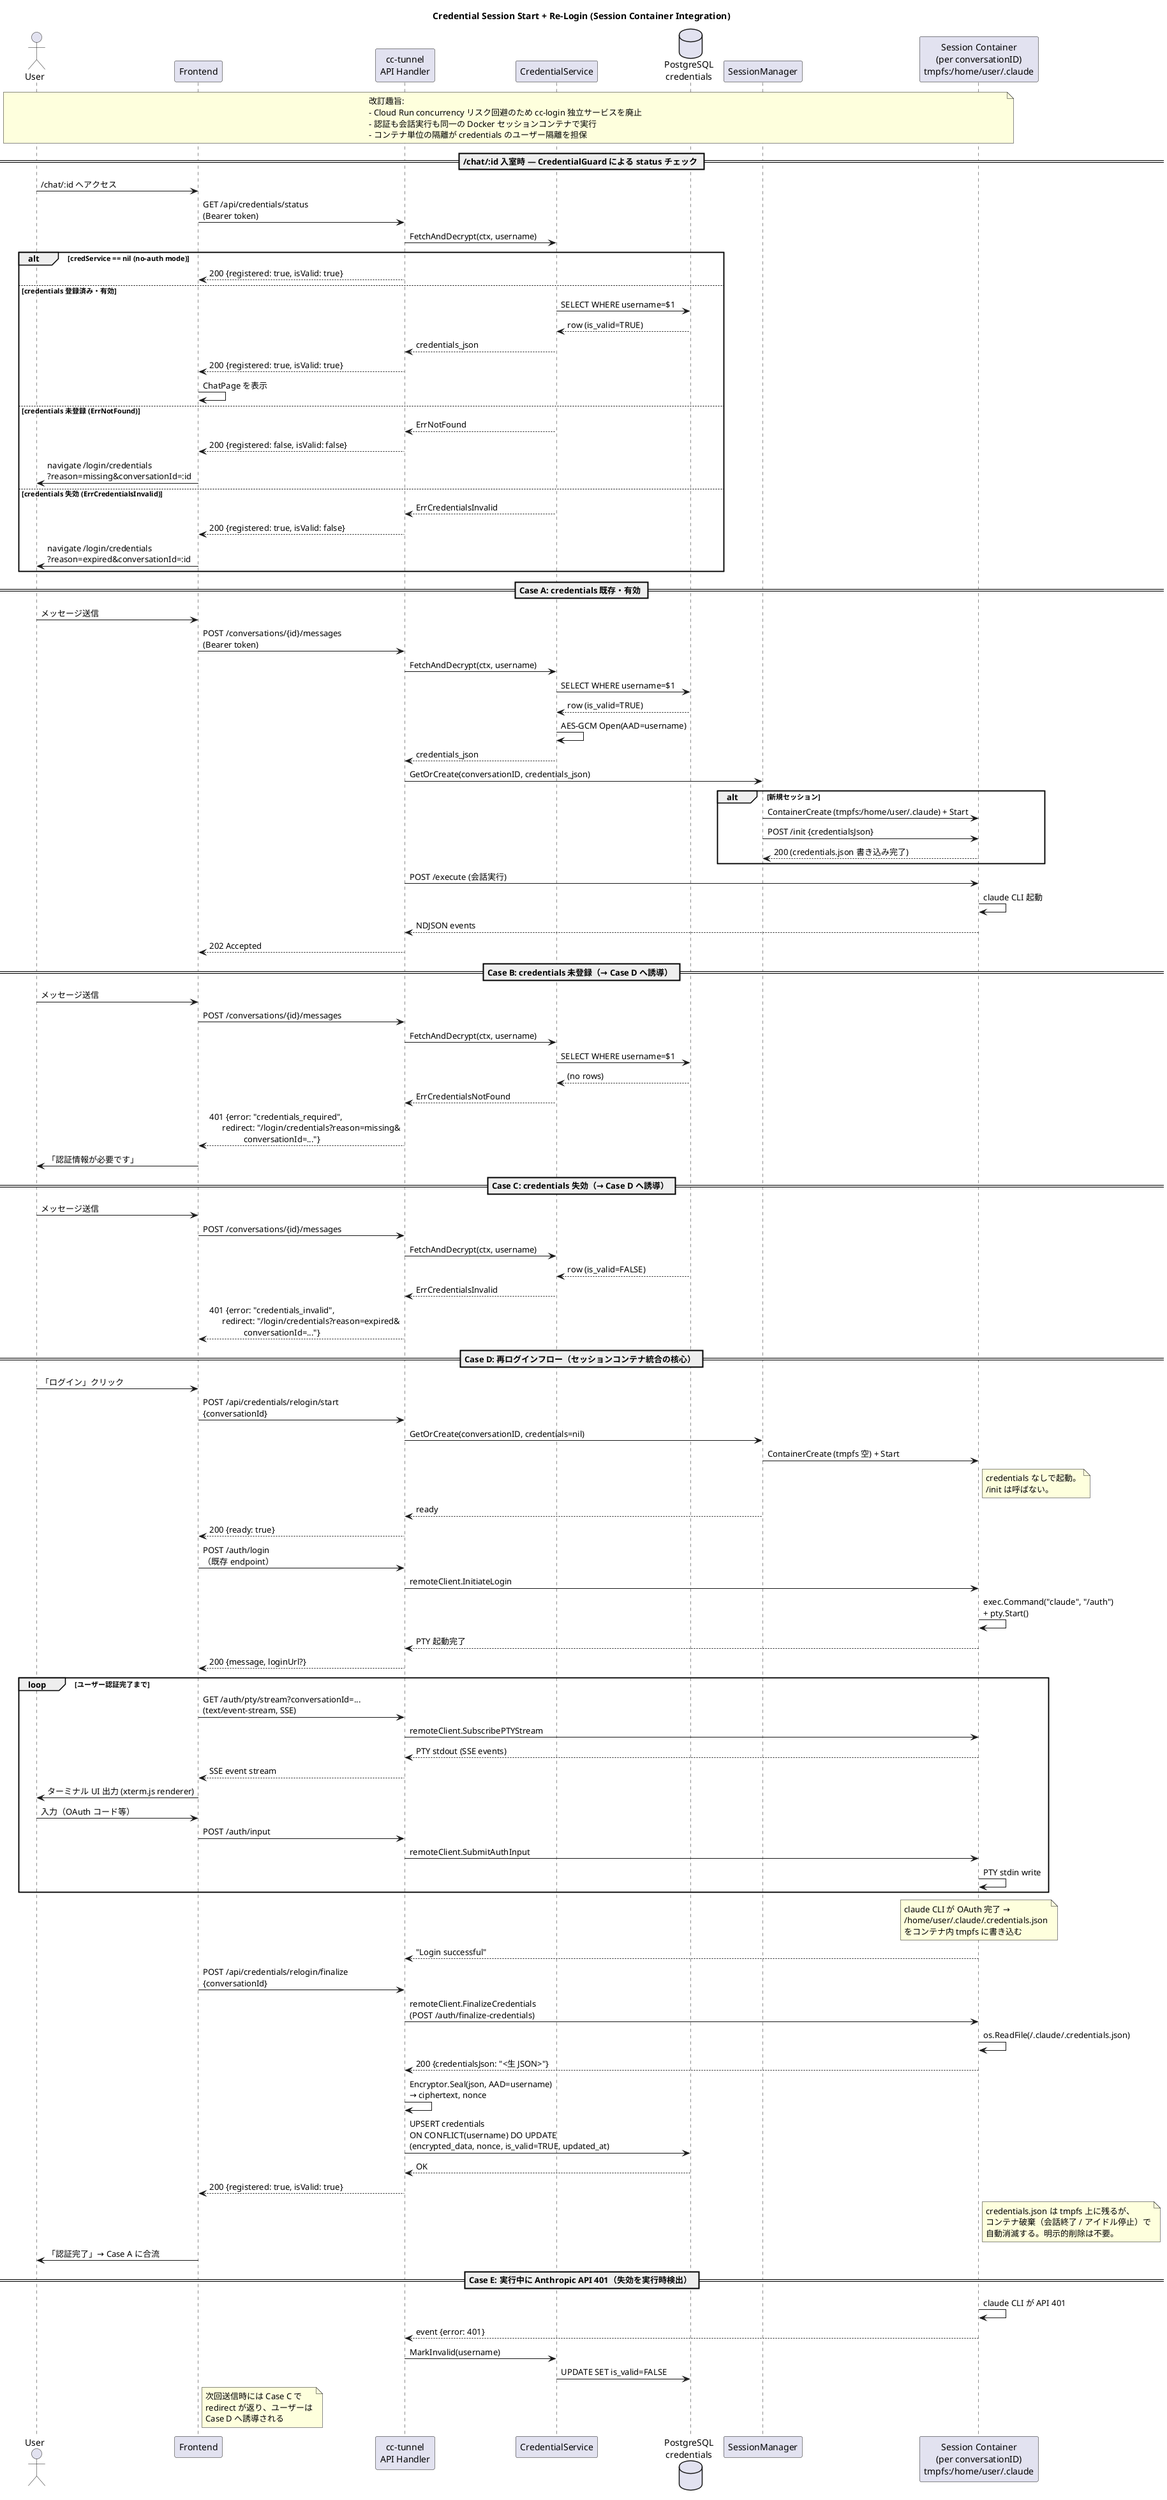
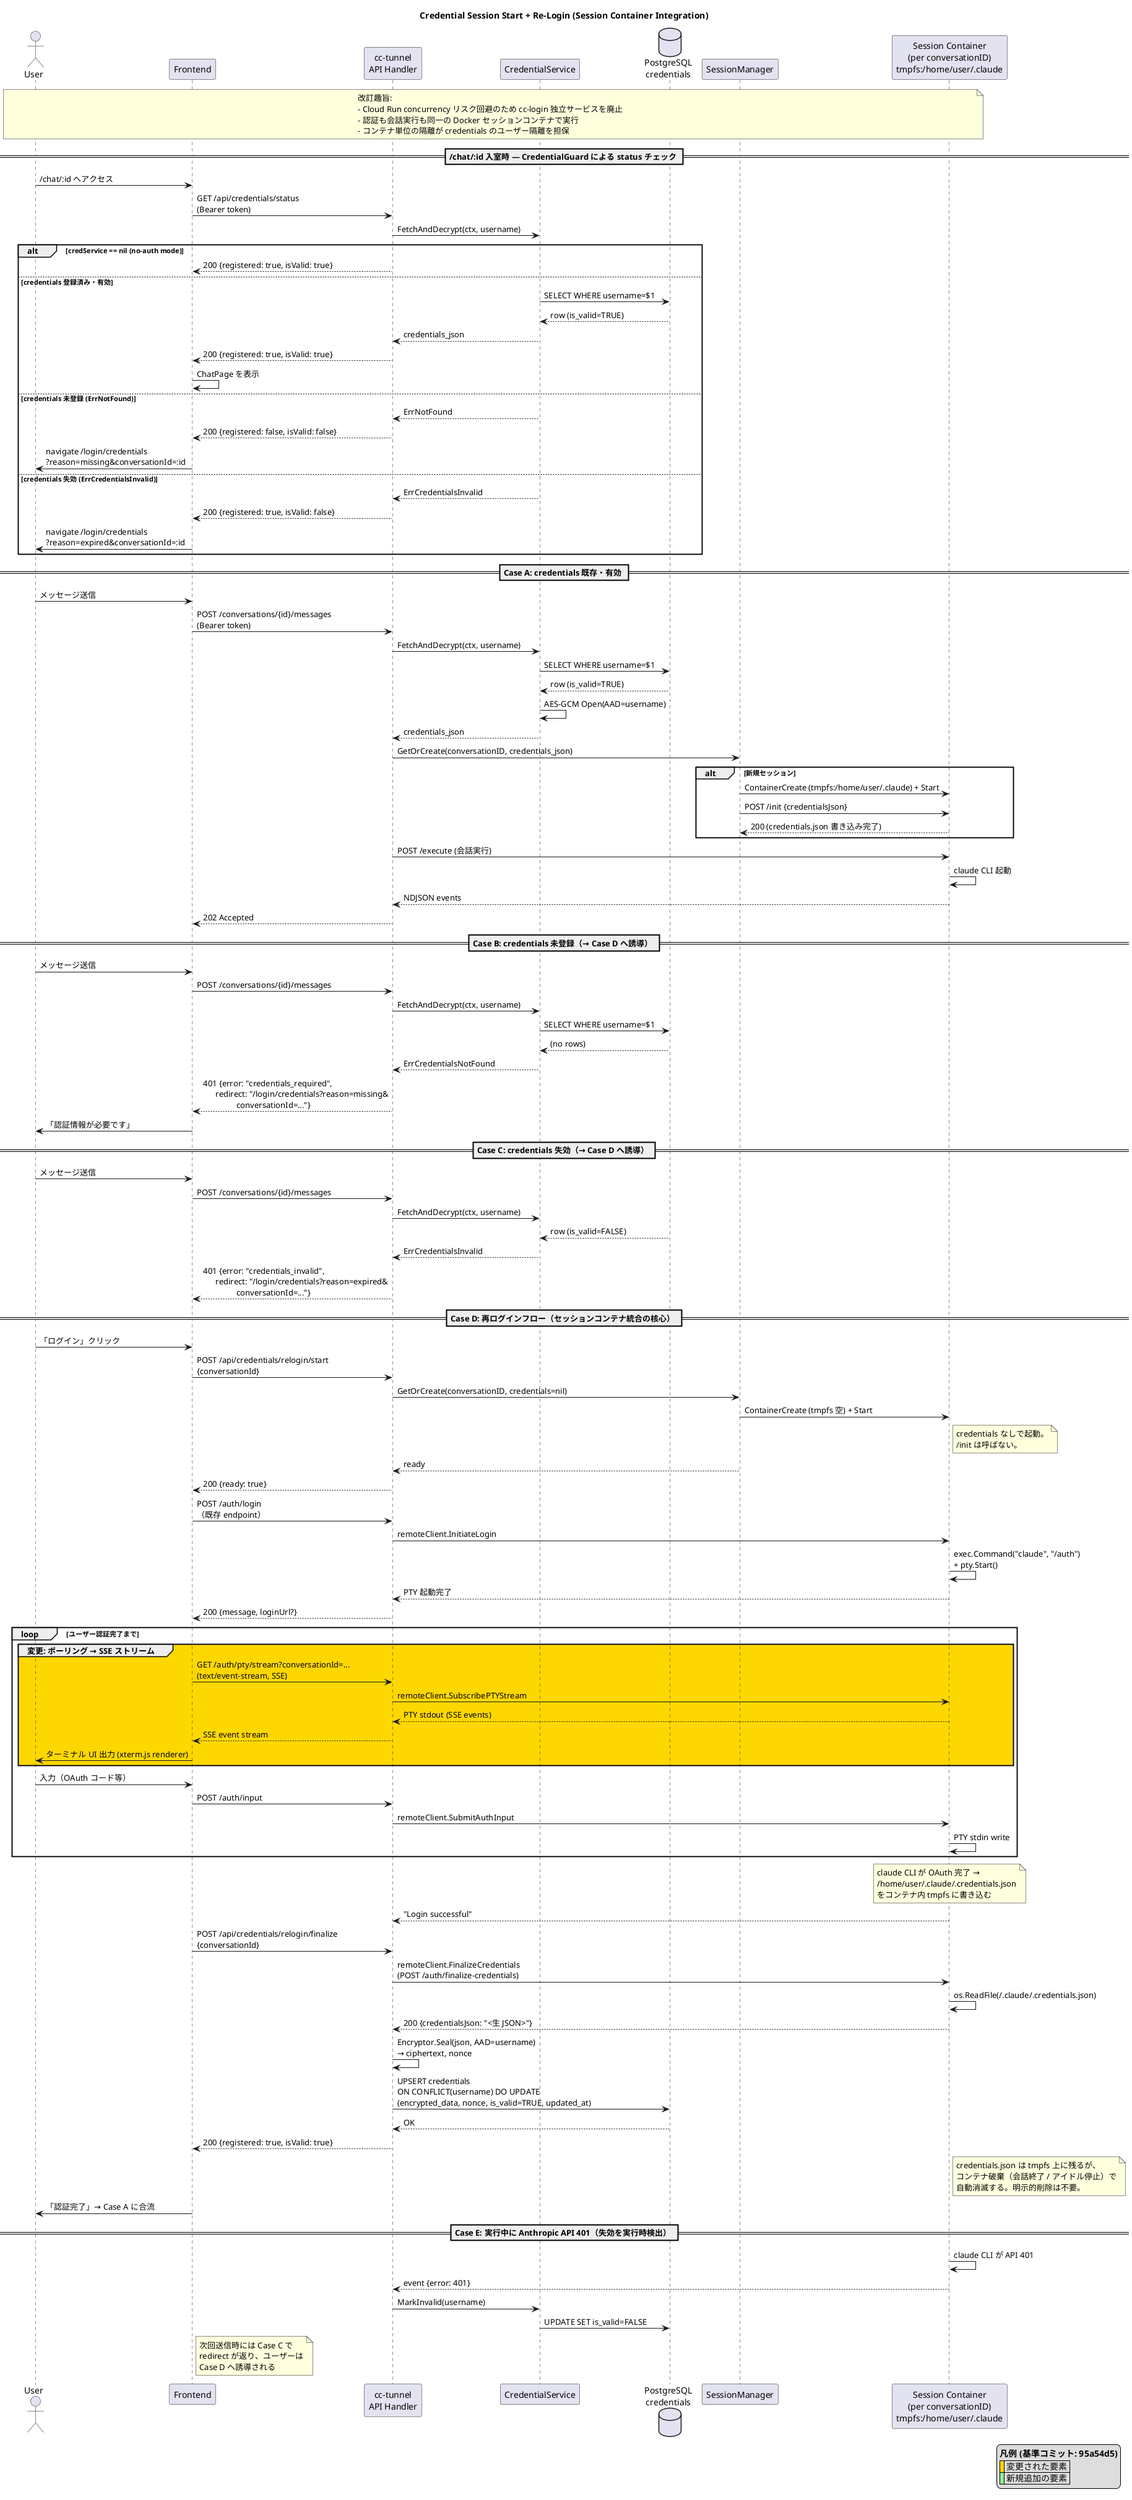
@startuml credential_session_start_sequence
' cc-tunnel セッション開始 + 再ログインフロー（セッションコンテナ統合方式・改訂版）

title Credential Session Start + Re-Login (Session Container Integration)

actor "User" as user
participant "Frontend" as fe
participant "cc-tunnel\nAPI Handler" as handler
participant "CredentialService" as credsvc
database "PostgreSQL\ncredentials" as db
participant "SessionManager" as sm
participant "Session Container\n(per conversationID)\ntmpfs:/home/user/.claude" as container

note over user, container
  改訂趣旨:
  - Cloud Run concurrency リスク回避のため cc-login 独立サービスを廃止
  - 認証も会話実行も同一の Docker セッションコンテナで実行
  - コンテナ単位の隔離が credentials のユーザー隔離を担保
end note

== /chat/:id 入室時 — CredentialGuard による status チェック ==

user -> fe : /chat/:id へアクセス
fe -> handler : GET /api/credentials/status\n(Bearer token)
handler -> credsvc : FetchAndDecrypt(ctx, username)

alt credService == nil (no-auth mode)
  handler --> fe : 200 {registered: true, isValid: true}
else credentials 登録済み・有効
  credsvc -> db : SELECT WHERE username=$1
  db --> credsvc : row (is_valid=TRUE)
  credsvc --> handler : credentials_json
  handler --> fe : 200 {registered: true, isValid: true}
  fe -> fe : ChatPage を表示
else credentials 未登録 (ErrNotFound)
  credsvc --> handler : ErrNotFound
  handler --> fe : 200 {registered: false, isValid: false}
  fe -> user : navigate /login/credentials\n?reason=missing&conversationId=:id
else credentials 失効 (ErrCredentialsInvalid)
  credsvc --> handler : ErrCredentialsInvalid
  handler --> fe : 200 {registered: true, isValid: false}
  fe -> user : navigate /login/credentials\n?reason=expired&conversationId=:id
end

== Case A: credentials 既存・有効 ==

user -> fe : メッセージ送信
fe -> handler : POST /conversations/{id}/messages\n(Bearer token)
handler -> credsvc : FetchAndDecrypt(ctx, username)
credsvc -> db : SELECT WHERE username=$1
db --> credsvc : row (is_valid=TRUE)
credsvc -> credsvc : AES-GCM Open(AAD=username)
credsvc --> handler : credentials_json
handler -> sm : GetOrCreate(conversationID, credentials_json)

alt 新規セッション
  sm -> container : ContainerCreate (tmpfs:/home/user/.claude) + Start
  sm -> container : POST /init {credentialsJson}
  container --> sm : 200 (credentials.json 書き込み完了)
end

handler -> container : POST /execute (会話実行)
container -> container : claude CLI 起動
container --> handler : NDJSON events
handler --> fe : 202 Accepted

== Case B: credentials 未登録（→ Case D へ誘導） ==

user -> fe : メッセージ送信
fe -> handler : POST /conversations/{id}/messages
handler -> credsvc : FetchAndDecrypt(ctx, username)
credsvc -> db : SELECT WHERE username=$1
db --> credsvc : (no rows)
credsvc --> handler : ErrCredentialsNotFound
handler --> fe : 401 {error: "credentials_required",\n      redirect: "/login/credentials?reason=missing&\n                conversationId=..."}
fe -> user : 「認証情報が必要です」

== Case C: credentials 失効（→ Case D へ誘導） ==

user -> fe : メッセージ送信
fe -> handler : POST /conversations/{id}/messages
handler -> credsvc : FetchAndDecrypt(ctx, username)
db --> credsvc : row (is_valid=FALSE)
credsvc --> handler : ErrCredentialsInvalid
handler --> fe : 401 {error: "credentials_invalid",\n      redirect: "/login/credentials?reason=expired&\n                conversationId=..."}

== Case D: 再ログインフロー（セッションコンテナ統合の核心） ==

user -> fe : 「ログイン」クリック
fe -> handler : POST /api/credentials/relogin/start\n{conversationId}
handler -> sm : GetOrCreate(conversationID, credentials=nil)
sm -> container : ContainerCreate (tmpfs 空) + Start
note right of container
  credentials なしで起動。
  /init は呼ばない。
end note
sm --> handler : ready
handler --> fe : 200 {ready: true}

fe -> handler : POST /auth/login\n（既存 endpoint）
handler -> container : remoteClient.InitiateLogin
container -> container : exec.Command("claude", "/auth")\n+ pty.Start()
container --> handler : PTY 起動完了
handler --> fe : 200 {message, loginUrl?}

loop ユーザー認証完了まで
-   fe -> handler : GET /auth/pty/stream?conversationId=...\n(text/event-stream, SSE)
-   handler -> container : remoteClient.SubscribePTYStream
-   container --> handler : PTY stdout (SSE events)
-   handler --> fe : SSE event stream
-   fe -> user : ターミナル UI 出力 (xterm.js renderer)
+   group #FFD700 変更: ポーリング → SSE ストリーム
+     fe -> handler : GET /auth/pty/stream?conversationId=...\n(text/event-stream, SSE)
+     handler -> container : remoteClient.SubscribePTYStream
+     container --> handler : PTY stdout (SSE events)
+     handler --> fe : SSE event stream
+     fe -> user : ターミナル UI 出力 (xterm.js renderer)
+   end

  user -> fe : 入力（OAuth コード等）
  fe -> handler : POST /auth/input
  handler -> container : remoteClient.SubmitAuthInput
  container -> container : PTY stdin write
end

note over container
  claude CLI が OAuth 完了 →
  /home/user/.claude/.credentials.json
  をコンテナ内 tmpfs に書き込む
end note

container --> handler : "Login successful"

fe -> handler : POST /api/credentials/relogin/finalize\n{conversationId}
handler -> container : remoteClient.FinalizeCredentials\n(POST /auth/finalize-credentials)
container -> container : os.ReadFile(~/.claude/.credentials.json)
container --> handler : 200 {credentialsJson: "<生 JSON>"}
handler -> handler : Encryptor.Seal(json, AAD=username)\n→ ciphertext, nonce
handler -> db : UPSERT credentials\nON CONFLICT(username) DO UPDATE\n(encrypted_data, nonce, is_valid=TRUE, updated_at)
db --> handler : OK
handler --> fe : 200 {registered: true, isValid: true}

note right of container
  credentials.json は tmpfs 上に残るが、
  コンテナ破棄（会話終了 / アイドル停止）で
  自動消滅する。明示的削除は不要。
end note

fe -> user : 「認証完了」→ Case A に合流

+ legend right
+   **凡例 (基準コミット: 95a54d5)**
+   |<#FFD700>  | 変更された要素 |
+   |<#90EE90>  | 新規追加の要素 |
+ endlegend
+ 
== Case E: 実行中に Anthropic API 401（失効を実行時検出） ==

container -> container : claude CLI が API 401
container --> handler : event {error: 401}
handler -> credsvc : MarkInvalid(username)
credsvc -> db : UPDATE SET is_valid=FALSE
note right of fe
  次回送信時には Case C で
  redirect が返り、ユーザーは
  Case D へ誘導される
end note

@enduml
